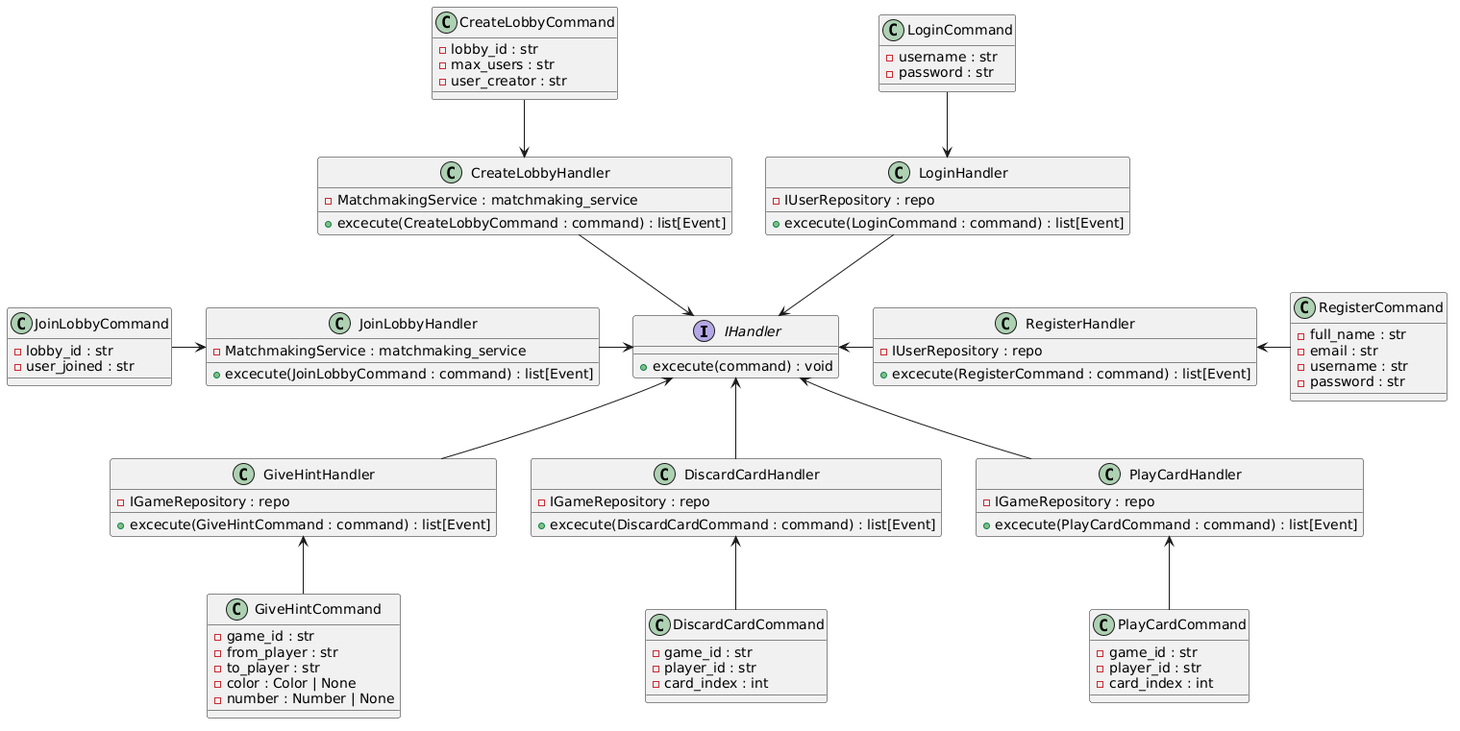
This is figures/application.png from gabbosanti/distributed-hanabi-template, a PlantUML export, as it was before one commit. The source it was exported from:
```plantuml
@startuml
interface IHandler{
    + excecute(command) : void
}

class PlayCardHandler{
 - IGameRepository : repo
 + excecute(PlayCardCommand : command) : list[Event]
}

class DiscardCardHandler{
 - IGameRepository : repo
  + excecute(DiscardCardCommand : command) : list[Event]
}

class GiveHintHandler{
 - IGameRepository : repo
  + excecute(GiveHintCommand : command) : list[Event]
}

class CreateLobbyHandler{
 - MatchmakingService : matchmaking_service
  + excecute(CreateLobbyCommand : command) : list[Event]
}

class JoinLobbyHandler{
 - MatchmakingService : matchmaking_service
 + excecute(JoinLobbyCommand : command) : list[Event]
}

class RegisterHandler{
 - IUserRepository : repo
  + excecute(RegisterCommand : command) : list[Event]
}

class LoginHandler{
 - IUserRepository : repo
  + excecute(LoginCommand : command) : list[Event]
}

PlayCardHandler -up-> IHandler
DiscardCardHandler -up-> IHandler
GiveHintHandler -up-> IHandler

RegisterHandler -left-> IHandler
CreateLobbyHandler -down-> IHandler

LoginHandler -down-> IHandler
JoinLobbyHandler -right-> IHandler

class PlayCardCommand {
    - game_id : str
    - player_id : str
    - card_index : int
}

class DiscardCardCommand {
    - game_id : str
    - player_id : str
    - card_index : int
}

class GiveHintCommand {
    - game_id : str
    - from_player : str
    - to_player : str
    - color : Color | None
    - number : Number | None
}

class RegisterCommand {
    - full_name : str
    - email : str
    - username : str
    - password : str
}

class LoginCommand {
    - username : str
    - password : str
}

class CreateLobbyCommand{
    - lobby_id : str
    - max_users : str
    - user_creator : str
}

class JoinLobbyCommand{
    - lobby_id : str
    - user_joined : str
}

PlayCardCommand -up-> PlayCardHandler
DiscardCardCommand -up-> DiscardCardHandler
GiveHintCommand -up-> GiveHintHandler

RegisterCommand -left-> RegisterHandler
LoginCommand -down-> LoginHandler

CreateLobbyCommand -down-> CreateLobbyHandler
JoinLobbyCommand -right-> JoinLobbyHandler
@enduml
```
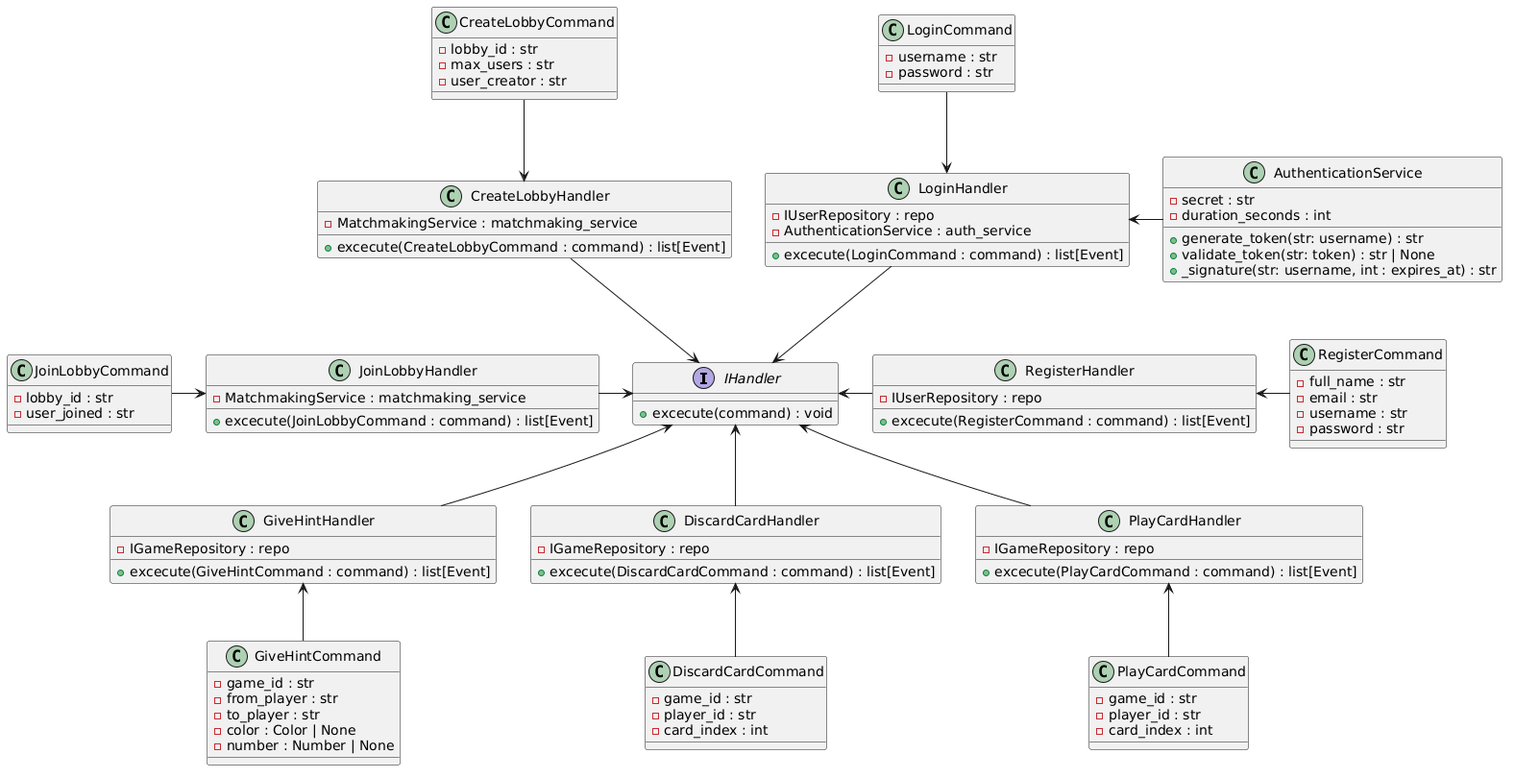
The same diagram one commit later.

Commit message:
Updated UML class diagrams with authentication and authorization mechanism.

What changed in the source:
```diff
@@ -35,7 +35,8 @@
 
 class LoginHandler{
  - IUserRepository : repo
-  + excecute(LoginCommand : command) : list[Event]
+ - AuthenticationService : auth_service
+ + excecute(LoginCommand : command) : list[Event]
 }
 
 PlayCardHandler -up-> IHandler
@@ -91,12 +92,21 @@
     - user_joined : str
 }
 
+class AuthenticationService{
+    - secret : str
+    - duration_seconds : int
+    + generate_token(str: username) : str
+    + validate_token(str: token) : str | None
+    + _signature(str: username, int : expires_at) : str
+}
+
 PlayCardCommand -up-> PlayCardHandler
 DiscardCardCommand -up-> DiscardCardHandler
 GiveHintCommand -up-> GiveHintHandler
 
 RegisterCommand -left-> RegisterHandler
 LoginCommand -down-> LoginHandler
+AuthenticationService -left-> LoginHandler
 
 CreateLobbyCommand -down-> CreateLobbyHandler
 JoinLobbyCommand -right-> JoinLobbyHandler
```
